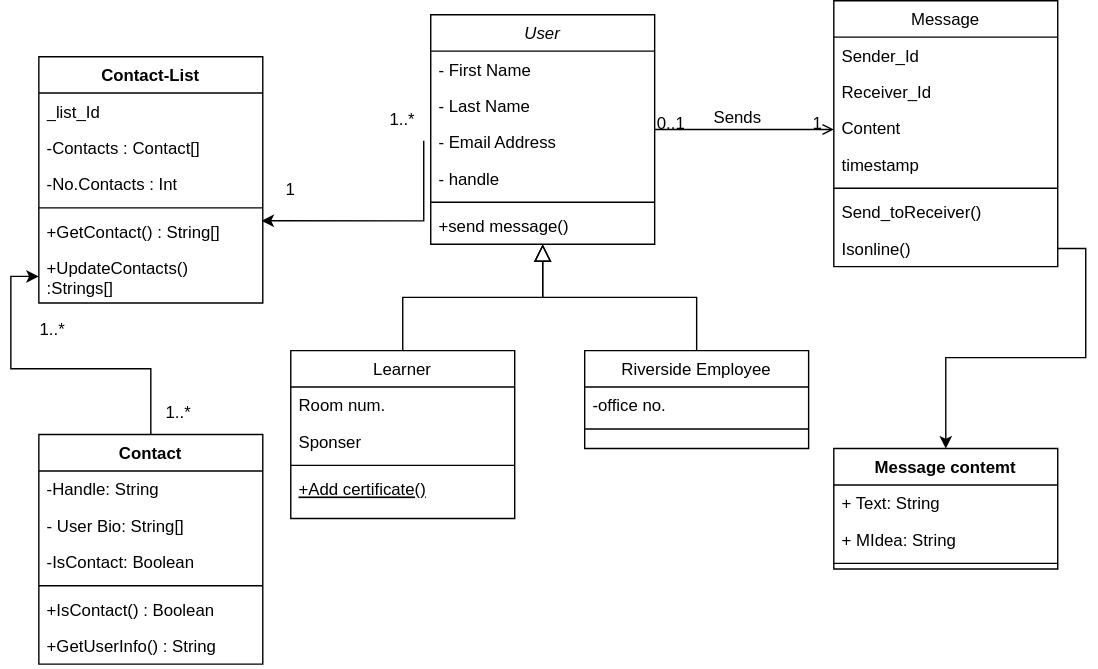
Before: Deliverable1/ClassDiagram/ClassDiagram.drawio.svg, a diagram exported from draw.io (tshegofatso-motlhakane/Geeks-Chat). Source tidied: cells renumbered, new cells last; positions are measured from the earlier drawing's top-left corner, leaving out a move shared by most shapes.
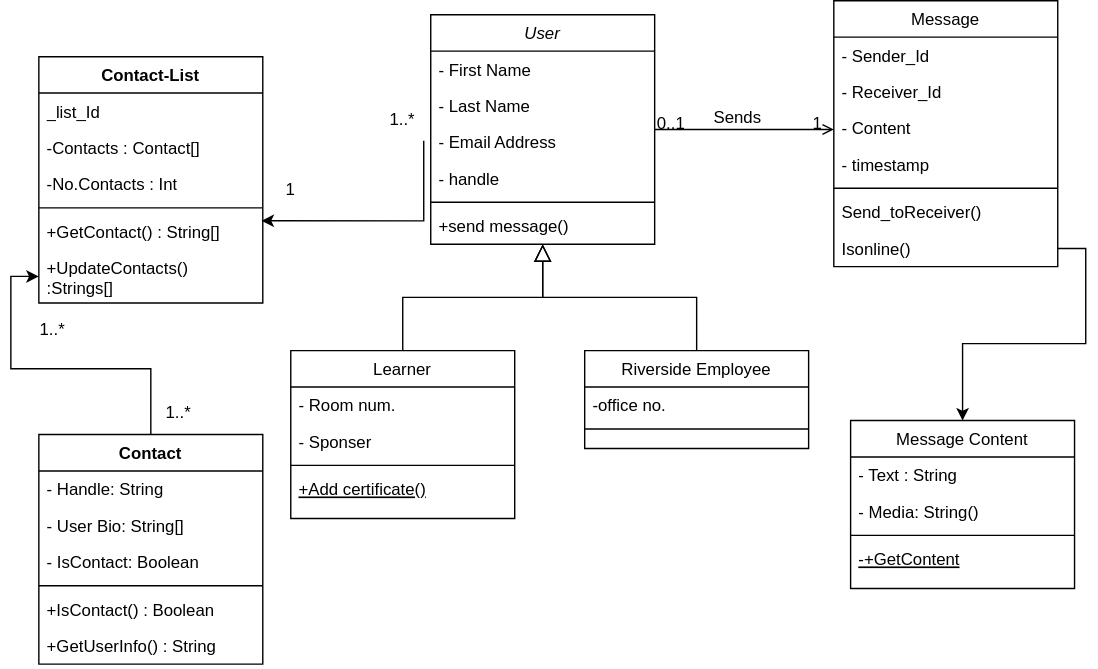
After the change.

Diff of the diagram source:
```diff
@@ -26,10 +26,10 @@
     <mxCell id="9" value="Learner" style="swimlane;fontStyle=0;align=center;verticalAlign=top;horizontal=1;startSize=26;rounded=0;shadow=0;strokeWidth=1;" parent="1" vertex="1">
       <mxGeometry x="200" y="250" width="160" height="120" as="geometry" />
     </mxCell>
-    <mxCell id="10" value="Room num." style="text;align=left;verticalAlign=top;spacingLeft=4;spacingRight=4;overflow=hidden;" parent="9" vertex="1">
+    <mxCell id="10" value="- Room num." style="text;align=left;verticalAlign=top;spacingLeft=4;spacingRight=4;overflow=hidden;" parent="9" vertex="1">
       <mxGeometry y="26" width="160" height="26" as="geometry" />
     </mxCell>
-    <mxCell id="11" value="Sponser" style="text;align=left;verticalAlign=top;spacingLeft=4;spacingRight=4;overflow=hidden;rounded=0;shadow=0;html=0;" parent="9" vertex="1">
+    <mxCell id="11" value="- Sponser" style="text;align=left;verticalAlign=top;spacingLeft=4;spacingRight=4;overflow=hidden;rounded=0;shadow=0;html=0;" parent="9" vertex="1">
       <mxGeometry y="52" width="160" height="26" as="geometry" />
     </mxCell>
     <mxCell id="12" style="line;html=1;strokeWidth=1;align=left;verticalAlign=middle;spacingTop=-1;spacingLeft=3;spacingRight=3;labelPosition=right;" parent="9" vertex="1">
@@ -56,16 +56,16 @@
     <mxCell id="19" value="Message" style="swimlane;fontStyle=0;align=center;verticalAlign=top;horizontal=1;startSize=26;rounded=0;shadow=0;strokeWidth=1;" parent="1" vertex="1">
       <mxGeometry x="588" width="160" height="190" as="geometry" />
     </mxCell>
-    <mxCell id="20" value="Sender_Id" style="text;align=left;verticalAlign=top;spacingLeft=4;spacingRight=4;overflow=hidden;" parent="19" vertex="1">
+    <mxCell id="20" value="- Sender_Id" style="text;align=left;verticalAlign=top;spacingLeft=4;spacingRight=4;overflow=hidden;" parent="19" vertex="1">
       <mxGeometry y="26" width="160" height="26" as="geometry" />
     </mxCell>
-    <mxCell id="21" value="Receiver_Id" style="text;align=left;verticalAlign=top;spacingLeft=4;spacingRight=4;overflow=hidden;rounded=0;shadow=0;html=0;" parent="19" vertex="1">
+    <mxCell id="21" value="- Receiver_Id" style="text;align=left;verticalAlign=top;spacingLeft=4;spacingRight=4;overflow=hidden;rounded=0;shadow=0;html=0;" parent="19" vertex="1">
       <mxGeometry y="52" width="160" height="26" as="geometry" />
     </mxCell>
-    <mxCell id="22" value="Content" style="text;align=left;verticalAlign=top;spacingLeft=4;spacingRight=4;overflow=hidden;rounded=0;shadow=0;html=0;" parent="19" vertex="1">
+    <mxCell id="22" value="- Content" style="text;align=left;verticalAlign=top;spacingLeft=4;spacingRight=4;overflow=hidden;rounded=0;shadow=0;html=0;" parent="19" vertex="1">
       <mxGeometry y="78" width="160" height="26" as="geometry" />
     </mxCell>
-    <mxCell id="23" value="timestamp" style="text;align=left;verticalAlign=top;spacingLeft=4;spacingRight=4;overflow=hidden;rounded=0;shadow=0;html=0;" parent="19" vertex="1">
+    <mxCell id="23" value="- timestamp" style="text;align=left;verticalAlign=top;spacingLeft=4;spacingRight=4;overflow=hidden;rounded=0;shadow=0;html=0;" parent="19" vertex="1">
       <mxGeometry y="104" width="160" height="26" as="geometry" />
     </mxCell>
     <mxCell id="24" style="line;html=1;strokeWidth=1;align=left;verticalAlign=middle;spacingTop=-1;spacingLeft=3;spacingRight=3;labelPosition=right;" parent="19" vertex="1">
@@ -97,34 +97,22 @@
         <mxPoint x="-38" y="40" as="offset" />
       </mxGeometry>
     </mxCell>
-    <mxCell id="31" style="edgeStyle=orthogonalEdgeStyle;rounded=0;jettySize=auto;html=1;exitX=1;exitY=0.5;exitDx=0;exitDy=0;" parent="1" edge="1" source="26" target="32">
+    <mxCell id="31" style="edgeStyle=orthogonalEdgeStyle;rounded=0;jettySize=auto;html=1;exitX=1;exitY=0.5;exitDx=0;exitDy=0;entryX=0.5;entryY=0;entryDx=0;entryDy=0;" parent="1" edge="1" source="26" target="56">
       <mxGeometry relative="1" as="geometry" />
     </mxCell>
-    <mxCell id="32" value="Message contemt" style="swimlane;fontStyle=1;align=center;verticalAlign=top;horizontal=1;startSize=26;whiteSpace=wrap;html=1;" parent="1" vertex="1">
-      <mxGeometry x="588" y="320" width="160" height="86" as="geometry" />
-    </mxCell>
-    <mxCell id="33" value="+ Text: String&lt;br&gt;" style="text;strokeColor=none;fillColor=none;align=left;verticalAlign=top;spacingLeft=4;spacingRight=4;overflow=hidden;whiteSpace=wrap;html=1;" parent="32" vertex="1">
-      <mxGeometry y="26" width="160" height="26" as="geometry" />
-    </mxCell>
-    <mxCell id="34" value="+ MIdea: String" style="text;strokeColor=none;fillColor=none;align=left;verticalAlign=top;spacingLeft=4;spacingRight=4;overflow=hidden;whiteSpace=wrap;html=1;" parent="32" vertex="1">
-      <mxGeometry y="52" width="160" height="26" as="geometry" />
-    </mxCell>
-    <mxCell id="35" style="line;strokeWidth=1;fillColor=none;align=left;verticalAlign=middle;spacingTop=-1;spacingLeft=3;spacingRight=3;labelPosition=right;strokeColor=inherit;" parent="32" vertex="1">
-      <mxGeometry y="78" width="160" height="8" as="geometry" />
-    </mxCell>
     <mxCell id="36" style="edgeStyle=orthogonalEdgeStyle;rounded=0;jettySize=auto;html=1;exitX=0.5;exitY=0;exitDx=0;exitDy=0;entryX=0;entryY=0.5;entryDx=0;entryDy=0;" parent="1" edge="1" source="37" target="53">
       <mxGeometry relative="1" as="geometry" />
     </mxCell>
     <mxCell id="37" value="Contact" style="swimlane;fontStyle=1;align=center;verticalAlign=top;horizontal=1;startSize=26;whiteSpace=wrap;html=1;" parent="1" vertex="1">
       <mxGeometry x="20" y="310" width="160" height="164" as="geometry" />
     </mxCell>
-    <mxCell id="38" value="-Handle: String" style="text;strokeColor=none;fillColor=none;align=left;verticalAlign=top;spacingLeft=4;spacingRight=4;overflow=hidden;whiteSpace=wrap;html=1;" parent="37" vertex="1">
+    <mxCell id="38" value="- Handle: String" style="text;strokeColor=none;fillColor=none;align=left;verticalAlign=top;spacingLeft=4;spacingRight=4;overflow=hidden;whiteSpace=wrap;html=1;" parent="37" vertex="1">
       <mxGeometry y="26" width="160" height="26" as="geometry" />
     </mxCell>
     <mxCell id="39" value="- User Bio: String[]&lt;br&gt;" style="text;strokeColor=none;fillColor=none;align=left;verticalAlign=top;spacingLeft=4;spacingRight=4;overflow=hidden;whiteSpace=wrap;html=1;" parent="37" vertex="1">
       <mxGeometry y="52" width="160" height="26" as="geometry" />
     </mxCell>
-    <mxCell id="40" value="-IsContact: Boolean" style="text;strokeColor=none;fillColor=none;align=left;verticalAlign=top;spacingLeft=4;spacingRight=4;overflow=hidden;whiteSpace=wrap;html=1;" parent="37" vertex="1">
+    <mxCell id="40" value="- IsContact: Boolean" style="text;strokeColor=none;fillColor=none;align=left;verticalAlign=top;spacingLeft=4;spacingRight=4;overflow=hidden;whiteSpace=wrap;html=1;" parent="37" vertex="1">
       <mxGeometry y="78" width="160" height="26" as="geometry" />
     </mxCell>
     <mxCell id="41" style="line;strokeWidth=1;fillColor=none;align=left;verticalAlign=middle;spacingTop=-1;spacingLeft=3;spacingRight=3;labelPosition=right;strokeColor=inherit;" parent="37" vertex="1">
@@ -172,5 +160,20 @@
     <mxCell id="55" value="1..*" style="text;html=1;strokeColor=none;fillColor=none;align=center;verticalAlign=middle;whiteSpace=wrap;rounded=0;" parent="1" vertex="1">
       <mxGeometry y="220" width="60" height="30" as="geometry" />
     </mxCell>
+    <mxCell id="56" value="Message Content" style="swimlane;fontStyle=0;align=center;verticalAlign=top;horizontal=1;startSize=26;rounded=0;shadow=0;strokeWidth=1;" parent="1" vertex="1">
+      <mxGeometry x="600" y="300" width="160" height="120" as="geometry" />
+    </mxCell>
+    <mxCell id="57" value="- Text : String" style="text;align=left;verticalAlign=top;spacingLeft=4;spacingRight=4;overflow=hidden;" parent="56" vertex="1">
+      <mxGeometry y="26" width="160" height="26" as="geometry" />
+    </mxCell>
+    <mxCell id="58" value="- Media: String()" style="text;align=left;verticalAlign=top;spacingLeft=4;spacingRight=4;overflow=hidden;rounded=0;shadow=0;html=0;" parent="56" vertex="1">
+      <mxGeometry y="52" width="160" height="26" as="geometry" />
+    </mxCell>
+    <mxCell id="59" style="line;html=1;strokeWidth=1;align=left;verticalAlign=middle;spacingTop=-1;spacingLeft=3;spacingRight=3;labelPosition=right;" parent="56" vertex="1">
+      <mxGeometry y="78" width="160" height="8" as="geometry" />
+    </mxCell>
+    <mxCell id="60" value="-+GetContent" style="text;align=left;verticalAlign=top;spacingLeft=4;spacingRight=4;overflow=hidden;fontStyle=4;" parent="56" vertex="1">
+      <mxGeometry y="86" width="160" height="26" as="geometry" />
+    </mxCell>
   </root>
 </mxGraphModel>
```
